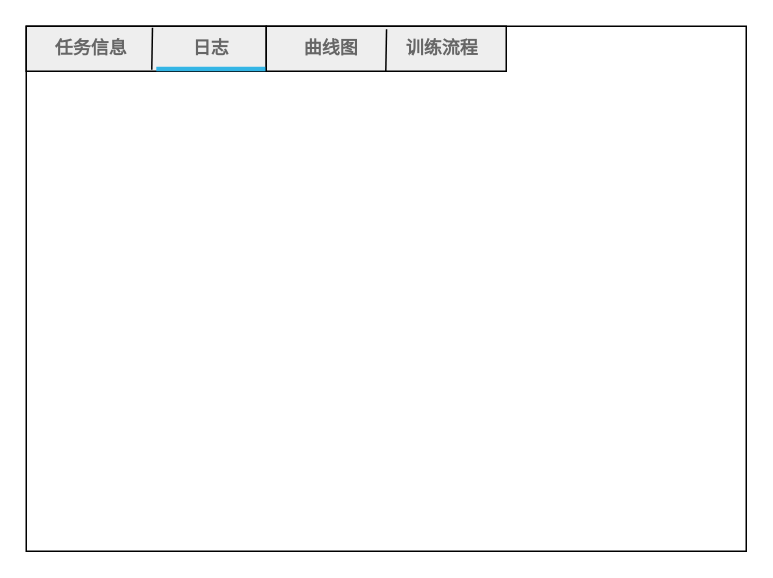
Before: page "第 3 页" (3 of 3) of 原型图.drawio in foreignbill/drawio, a draw.io diagram. Source tidied: cells renumbered, new cells numbered last; positions are measured from the earlier drawing's top-left corner, leaving out a move shared by most shapes. Both pictures are drawn from the tidied source at 150%, with x=0, y=0 at pixel (26, 26).
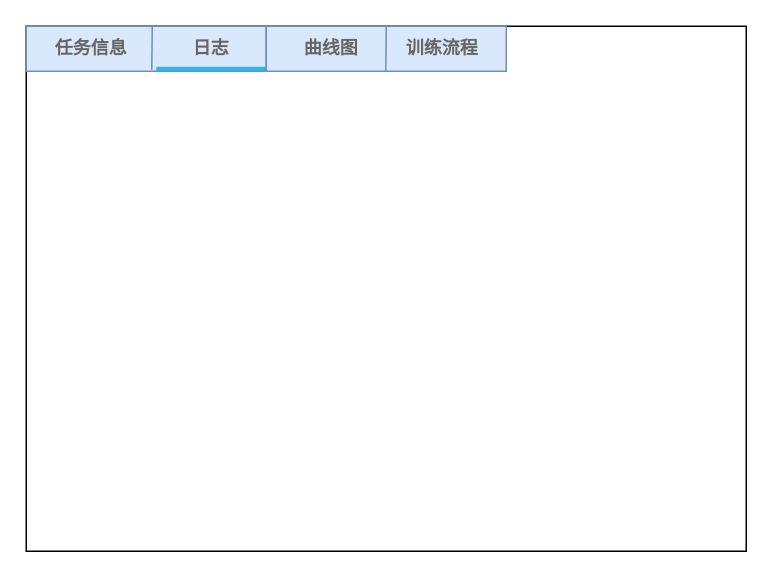
Above is the later version.

Diff of the diagram source:
```diff
@@
 <mxGraphModel>
   <root>
     <mxCell id="0" />
     <mxCell id="1" parent="0" />
-    <mxCell id="2" style="rounded=0;whiteSpace=wrap;html=1;" parent="1" vertex="1">
+    <mxCell id="2" style="rounded=0;whiteSpace=wrap;html=1;fontFamily=Times New Roman;" parent="1" vertex="1">
       <mxGeometry width="480" height="350" as="geometry" />
     </mxCell>
-    <mxCell id="3" style="strokeWidth=1;html=1;shadow=0;dashed=0;shape=mxgraph.android.rrect;rSize=0;fillColor=#eeeeee;strokeColor=default;" parent="1" vertex="1">
+    <mxCell id="3" style="strokeWidth=1;html=1;shadow=0;dashed=0;shape=mxgraph.android.rrect;rSize=0;fillColor=#dae8fc;strokeColor=#6c8ebf;fontFamily=Times New Roman;" parent="1" vertex="1">
       <mxGeometry width="160" height="30" as="geometry" />
     </mxCell>
-    <mxCell id="4" value="任务信息" style="strokeWidth=1;html=1;shadow=0;dashed=0;shape=mxgraph.android.anchor;fontStyle=1;fontColor=#666666;" parent="3" vertex="1">
+    <mxCell id="4" value="任务信息" style="strokeWidth=1;html=1;shadow=0;dashed=0;shape=mxgraph.android.anchor;fontStyle=1;fontColor=#666666;fontFamily=Times New Roman;" parent="3" vertex="1">
       <mxGeometry width="86.5" height="30" as="geometry" />
     </mxCell>
-    <mxCell id="5" value="日志" style="strokeWidth=1;html=1;shadow=0;dashed=0;shape=mxgraph.android.rrect;rSize=0;fontStyle=1;fillColor=none;strokeColor=none;fontColor=#666666;" parent="3" vertex="1">
+    <mxCell id="5" value="日志" style="strokeWidth=1;html=1;shadow=0;dashed=0;shape=mxgraph.android.rrect;rSize=0;fontStyle=1;fillColor=none;strokeColor=none;fontColor=#666666;fontFamily=Times New Roman;" parent="3" vertex="1">
       <mxGeometry x="86.7" width="73.3" height="30" as="geometry" />
     </mxCell>
-    <mxCell id="6" style="strokeWidth=1;html=1;shadow=0;dashed=0;shape=mxgraph.android.rrect;rSize=0;fillColor=#33b5e5;strokeColor=none;" parent="5" vertex="1">
+    <mxCell id="6" style="strokeWidth=1;html=1;shadow=0;dashed=0;shape=mxgraph.android.rrect;rSize=0;fillColor=#33b5e5;strokeColor=none;fontFamily=Times New Roman;" parent="5" vertex="1">
       <mxGeometry y="27" width="73.3" height="3" as="geometry" />
     </mxCell>
-    <mxCell id="7" style="endArrow=none;html=1;rounded=0;entryX=0.526;entryY=0.033;entryDx=0;entryDy=0;entryPerimeter=0;exitX=0.523;exitY=0.967;exitDx=0;exitDy=0;exitPerimeter=0;" parent="1" edge="1" source="3" target="3">
-      <mxGeometry relative="1" as="geometry" />
+    <mxCell id="7" style="endArrow=none;html=1;rounded=0;exitX=0.523;exitY=0.967;exitDx=0;exitDy=0;exitPerimeter=0;fontFamily=Times New Roman;fillColor=#dae8fc;strokeColor=#6c8ebf;" parent="1" edge="1" source="3">
+      <mxGeometry relative="1" as="geometry">
+        <mxPoint x="84" as="targetPoint" />
+      </mxGeometry>
     </mxCell>
-    <mxCell id="8" style="strokeWidth=1;html=1;shadow=0;dashed=0;shape=mxgraph.android.rrect;rSize=0;fillColor=#eeeeee;strokeColor=default;" parent="1" vertex="1">
+    <mxCell id="8" style="strokeWidth=1;html=1;shadow=0;dashed=0;shape=mxgraph.android.rrect;rSize=0;fillColor=#dae8fc;strokeColor=#6c8ebf;fontFamily=Times New Roman;" parent="1" vertex="1">
       <mxGeometry x="160" width="160" height="30" as="geometry" />
     </mxCell>
-    <mxCell id="9" value="曲线图" style="strokeWidth=1;html=1;shadow=0;dashed=0;shape=mxgraph.android.anchor;fontStyle=1;fontColor=#666666;" parent="8" vertex="1">
+    <mxCell id="9" value="曲线图" style="strokeWidth=1;html=1;shadow=0;dashed=0;shape=mxgraph.android.anchor;fontStyle=1;fontColor=#666666;fontFamily=Times New Roman;" parent="8" vertex="1">
       <mxGeometry width="86.5" height="30" as="geometry" />
     </mxCell>
-    <mxCell id="10" value="训练流程" style="strokeWidth=1;html=1;shadow=0;dashed=0;shape=mxgraph.android.anchor;fontStyle=1;fontColor=#666666;" parent="8" vertex="1">
+    <mxCell id="10" value="训练流程" style="strokeWidth=1;html=1;shadow=0;dashed=0;shape=mxgraph.android.anchor;fontStyle=1;fontColor=#666666;fontFamily=Times New Roman;" parent="8" vertex="1">
       <mxGeometry x="73.5" width="86.5" height="30" as="geometry" />
     </mxCell>
-    <mxCell id="11" style="endArrow=none;html=1;rounded=0;entryX=0.526;entryY=0.033;entryDx=0;entryDy=0;entryPerimeter=0;exitX=0.523;exitY=0.967;exitDx=0;exitDy=0;exitPerimeter=0;" parent="8" edge="1">
+    <mxCell id="11" style="endArrow=none;html=1;rounded=0;exitX=0.523;exitY=0.967;exitDx=0;exitDy=0;exitPerimeter=0;fontFamily=Times New Roman;fillColor=#dae8fc;strokeColor=#6c8ebf;" parent="8" edge="1">
       <mxGeometry relative="1" as="geometry">
         <mxPoint x="79.7" y="30" as="sourcePoint" />
-        <mxPoint x="80.2" y="2" as="targetPoint" />
+        <mxPoint x="80" as="targetPoint" />
       </mxGeometry>
     </mxCell>
   </root>
 </mxGraphModel>
```
